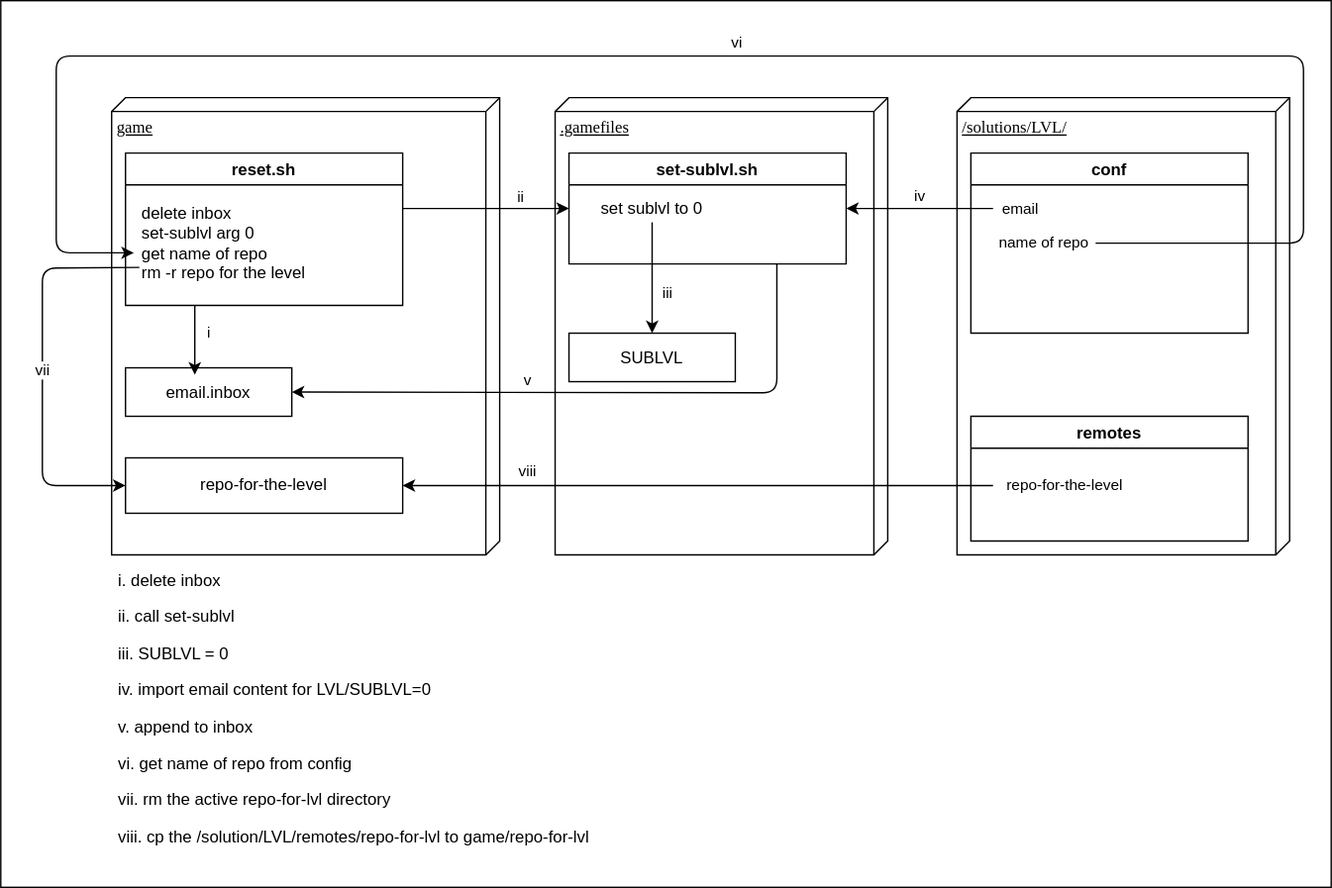
The draw.io diagram docs/images/reset.svg in ruanha/the-git-gud-game, before a commit. Source tidied: cells renumbered, new cells last; positions are measured from the earlier drawing's top-left corner, leaving out a move shared by most shapes.
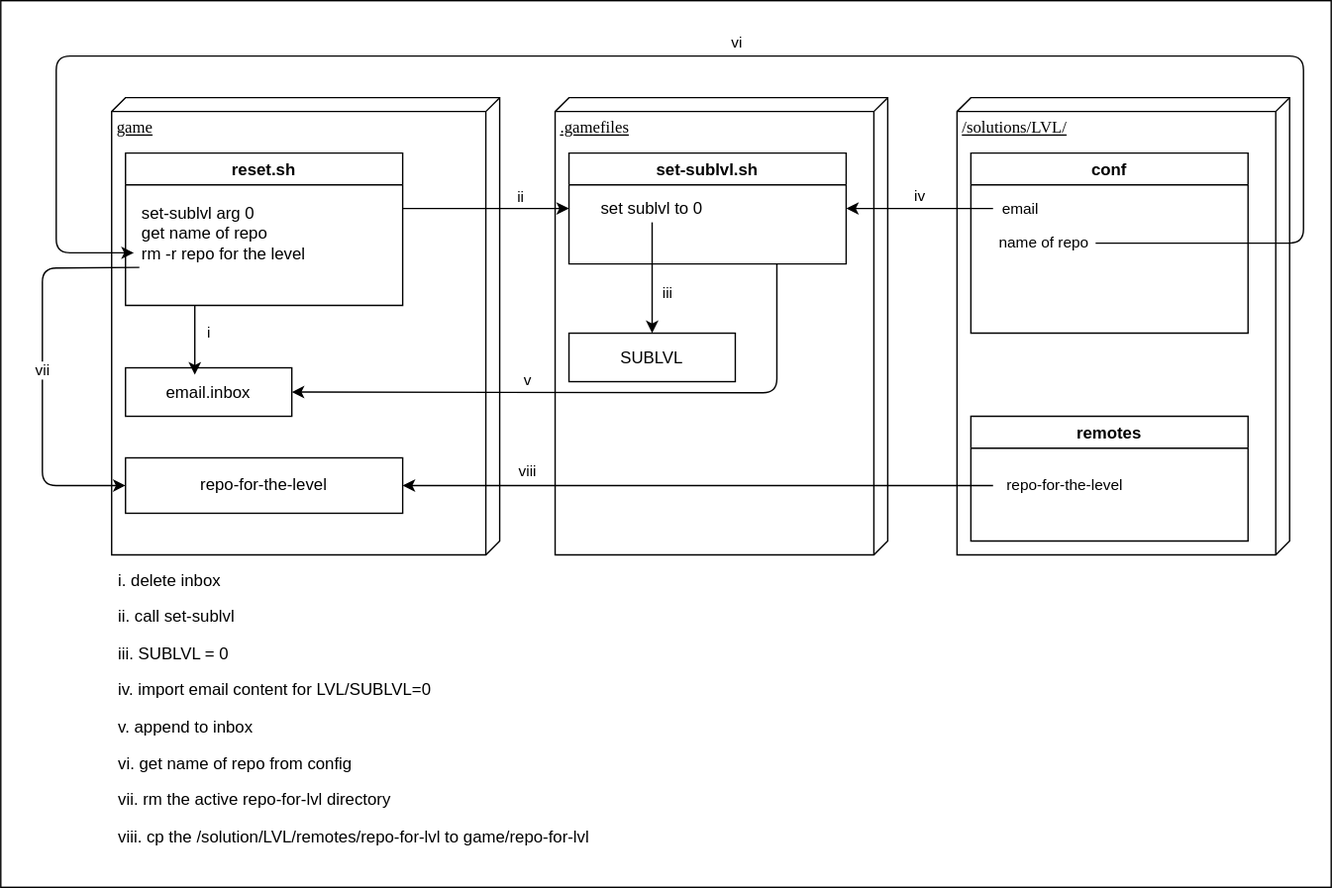
The same diagram one commit later.

Commit message:
don't remove email it will be handled when calling set-subvl

Change to the diagram source:
```diff
@@ -79,7 +79,7 @@
         </Array>
       </mxGeometry>
     </mxCell>
-    <mxCell id="22" value="&lt;div&gt;delete inbox&lt;/div&gt;&lt;div&gt;set-sublvl arg 0&lt;/div&gt;&lt;div&gt;get name of repo&lt;br&gt;&lt;/div&gt;&lt;div&gt;rm -r repo for the level&lt;/div&gt;" style="text;html=1;strokeColor=none;fillColor=none;align=left;verticalAlign=top;whiteSpace=wrap;rounded=0;" parent="1" vertex="1">
+    <mxCell id="22" value="&lt;div&gt;set-sublvl arg 0&lt;/div&gt;&lt;div&gt;get name of repo&lt;br&gt;&lt;/div&gt;&lt;div&gt;rm -r repo for the level&lt;/div&gt;" style="text;html=1;strokeColor=none;fillColor=none;align=left;verticalAlign=top;whiteSpace=wrap;rounded=0;" parent="1" vertex="1">
       <mxGeometry x="100" y="140" width="160" height="70" as="geometry" />
     </mxCell>
     <mxCell id="23" value="i" style="endArrow=classic;html=1;exitX=0.25;exitY=1;exitDx=0;exitDy=0;" parent="1" edge="1" source="7">
```
